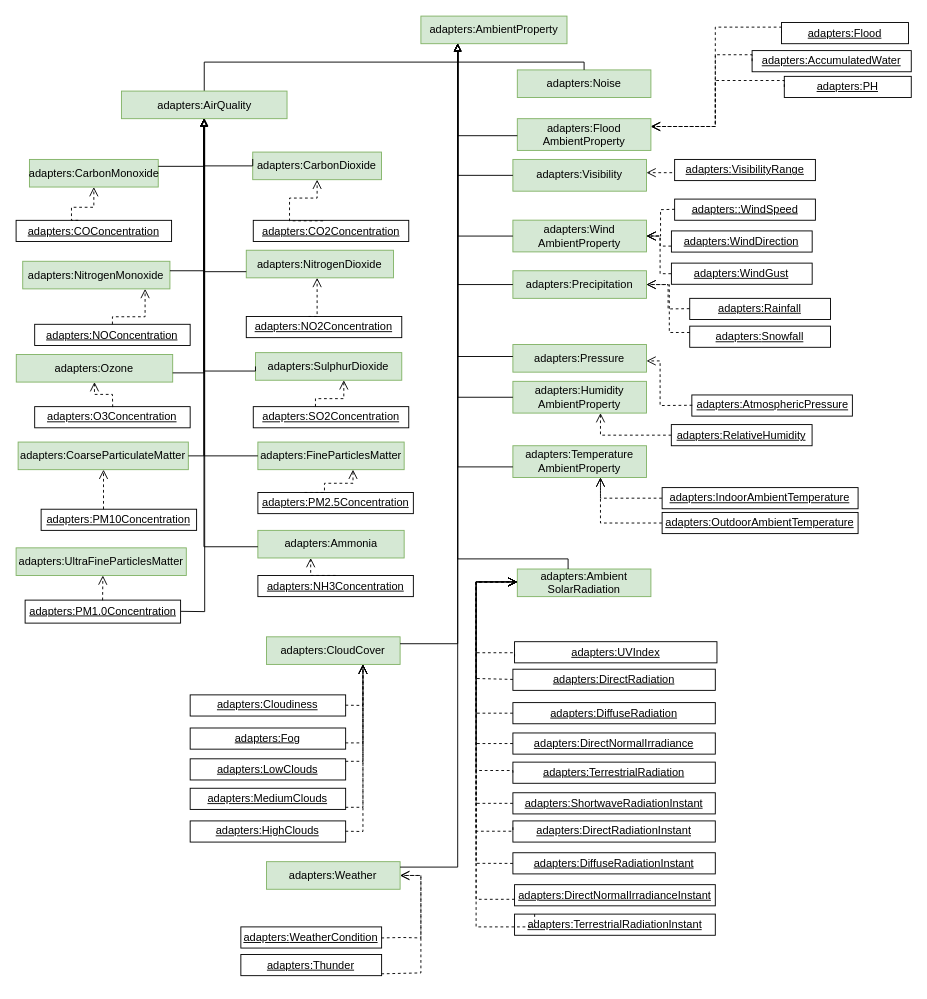
oeg-upm/auroral-adapters-ontology keeps this draw.io diagram as Diagrams/AmbientProperty.drawio. Above is the earlier version. Source tidied: cells renumbered, new cells numbered last; positions are measured from the earlier drawing's top-left corner, leaving out a move shared by most shapes. Both pictures are drawn from the tidied source at 92%, with x=0, y=0 at pixel (16, 16).
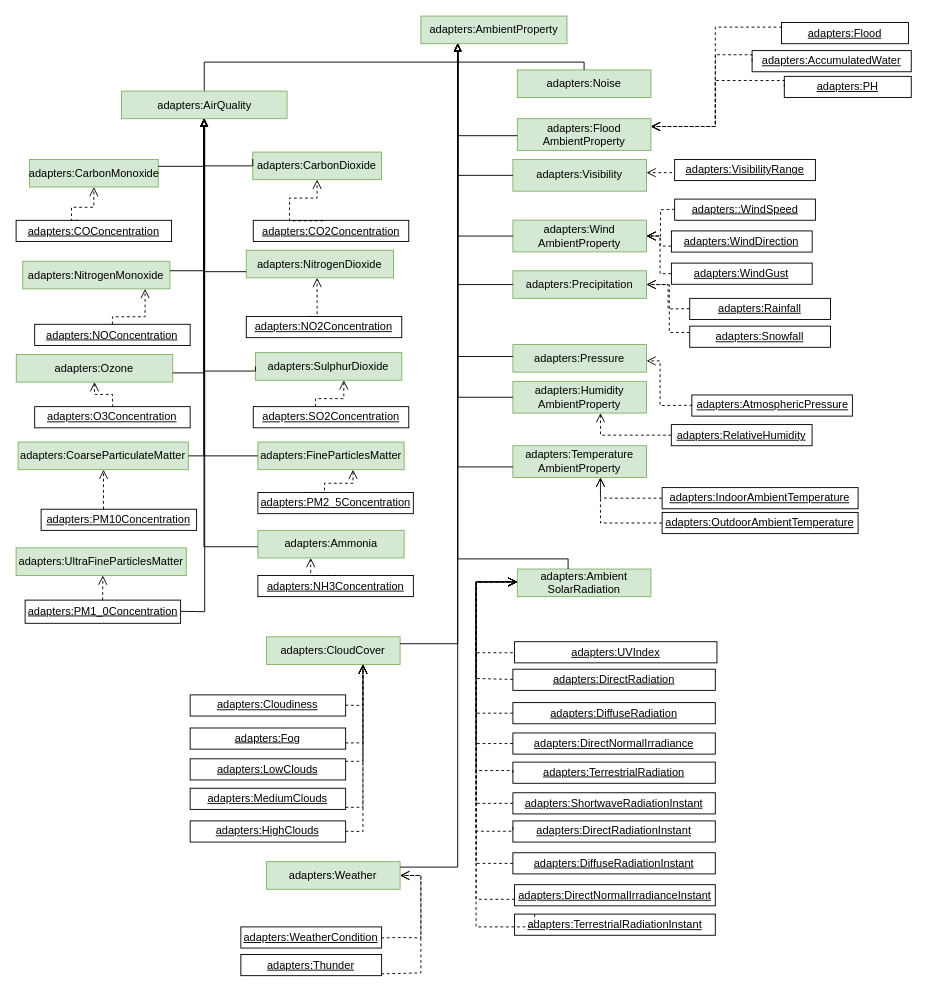
After the change.

Change to the diagram source:
```diff
@@
-    <mxCell id="66" value="&lt;u&gt;adapters:PM2.5Concentration&lt;/u&gt;" style="rounded=0;whiteSpace=wrap;html=1;snapToPoint=1;points=[[0.1,0],[0.2,0],[0.3,0],[0.4,0],[0.5,0],[0.6,0],[0.7,0],[0.8,0],[0.9,0],[0,0.1],[0,0.3],[0,0.5],[0,0.7],[0,0.9],[0.1,1],[0.2,1],[0.3,1],[0.4,1],[0.5,1],[0.6,1],[0.7,1],[0.8,1],[0.9,1],[1,0.1],[1,0.3],[1,0.5],[1,0.7],[1,0.9]];" parent="1" vertex="1">
+    <mxCell id="66" value="&lt;u&gt;adapters:PM2_5Concentration&lt;/u&gt;" style="rounded=0;whiteSpace=wrap;html=1;snapToPoint=1;points=[[0.1,0],[0.2,0],[0.3,0],[0.4,0],[0.5,0],[0.6,0],[0.7,0],[0.8,0],[0.9,0],[0,0.1],[0,0.3],[0,0.5],[0,0.7],[0,0.9],[0.1,1],[0.2,1],[0.3,1],[0.4,1],[0.5,1],[0.6,1],[0.7,1],[0.8,1],[0.9,1],[1,0.1],[1,0.3],[1,0.5],[1,0.7],[1,0.9]];" parent="1" vertex="1">
       <mxGeometry x="262.8" y="517.8" width="169" height="23" as="geometry" />
     </mxCell>
@@
-    <mxCell id="83" value="&lt;u&gt;adapters:PM1.0Concentration&lt;/u&gt;" style="rounded=0;whiteSpace=wrap;html=1;snapToPoint=1;points=[[0.1,0],[0.2,0],[0.3,0],[0.4,0],[0.5,0],[0.6,0],[0.7,0],[0.8,0],[0.9,0],[0,0.1],[0,0.3],[0,0.5],[0,0.7],[0,0.9],[0.1,1],[0.2,1],[0.3,1],[0.4,1],[0.5,1],[0.6,1],[0.7,1],[0.8,1],[0.9,1],[1,0.1],[1,0.3],[1,0.5],[1,0.7],[1,0.9]];" parent="1" vertex="1">
-      <mxGeometry x="9.8" y="634.8" width="169" height="25" as="geometry" />
+    <mxCell id="83" value="&lt;u&gt;adapters:PM1_0Concentration&lt;/u&gt;" style="rounded=0;whiteSpace=wrap;html=1;snapToPoint=1;points=[[0.1,0],[0.2,0],[0.3,0],[0.4,0],[0.5,0],[0.6,0],[0.7,0],[0.8,0],[0.9,0],[0,0.1],[0,0.3],[0,0.5],[0,0.7],[0,0.9],[0.1,1],[0.2,1],[0.3,1],[0.4,1],[0.5,1],[0.6,1],[0.7,1],[0.8,1],[0.9,1],[1,0.1],[1,0.3],[1,0.5],[1,0.7],[1,0.9]];" parent="1" vertex="1">
+      <mxGeometry x="9.8" y="634.8" width="169" height="25.2" as="geometry" />
     </mxCell>
```
